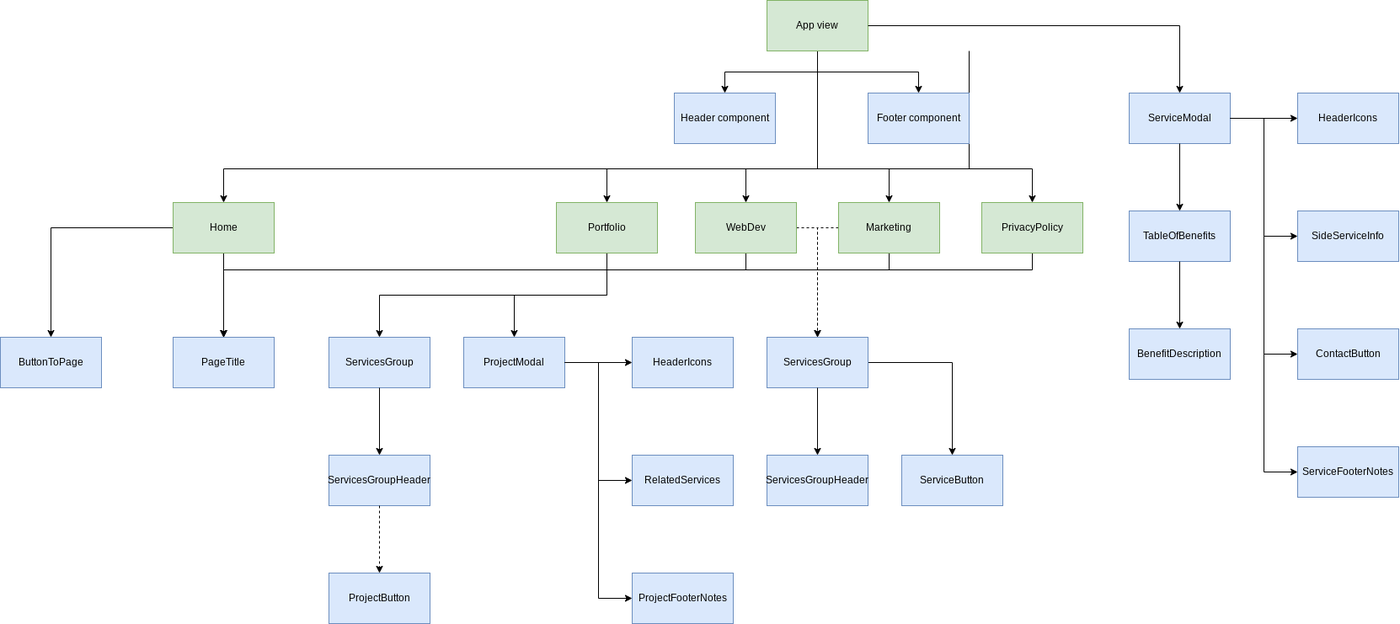
Above: public/imagens/vuejs-tree.png in andremourasantos/andremourasantos.github.io (draw.io), before the change. Source tidied: cells renumbered, new cells last; positions are measured from the earlier drawing's top-left corner, leaving out a move shared by most shapes.
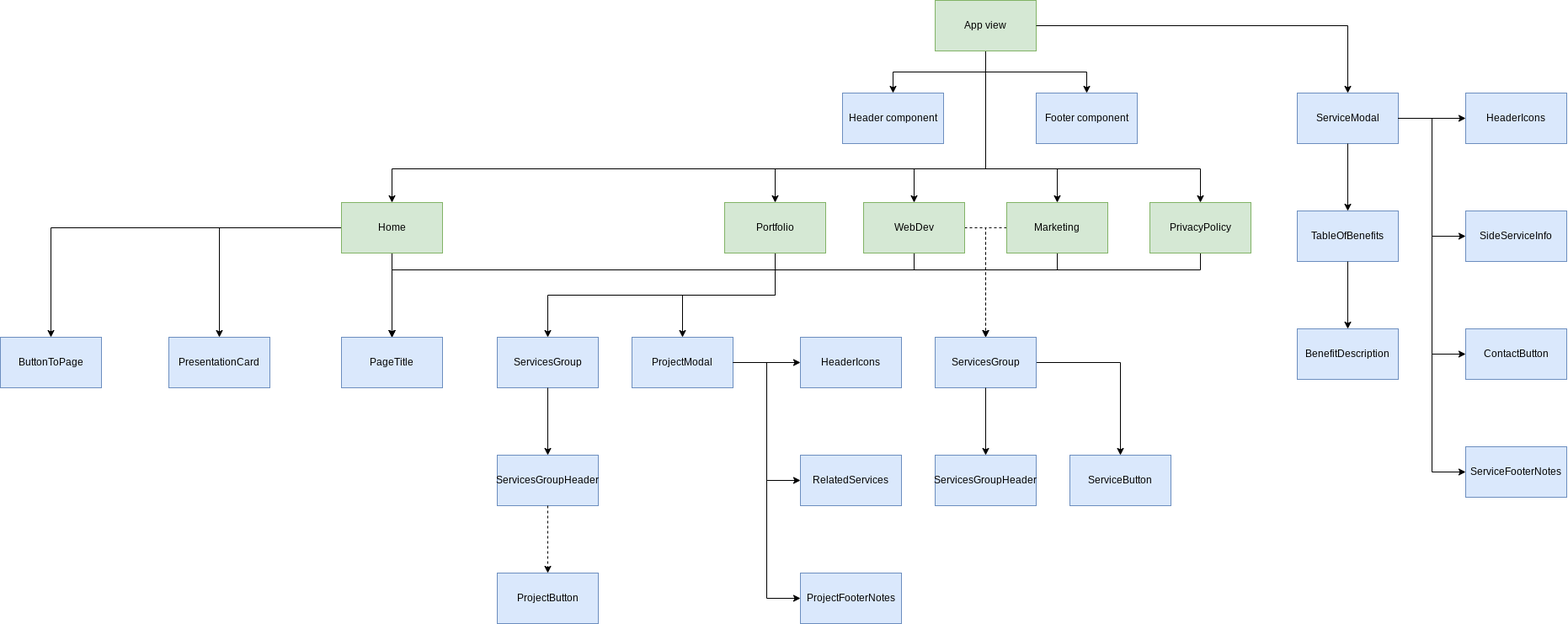
After the change.

The edit, as a diff of the source:
```diff
@@ -8,15 +8,6 @@
     <mxCell id="3" style="edgeStyle=orthogonalEdgeStyle;rounded=0;jettySize=auto;html=1;" parent="1" edge="1" source="9" target="14">
       <mxGeometry relative="1" as="geometry" />
     </mxCell>
-    <mxCell id="4" style="edgeStyle=orthogonalEdgeStyle;rounded=0;jettySize=auto;html=1;entryX=0.5;entryY=0;entryDx=0;entryDy=0;" parent="1" edge="1" target="33">
-      <mxGeometry relative="1" as="geometry">
-        <mxPoint x="1150" y="60" as="sourcePoint" />
-        <Array as="points">
-          <mxPoint x="1150" y="200" />
-          <mxPoint x="265" y="200" />
-        </Array>
-      </mxGeometry>
-    </mxCell>
     <mxCell id="5" style="edgeStyle=orthogonalEdgeStyle;rounded=0;jettySize=auto;html=1;" parent="1" edge="1" source="9" target="37">
       <mxGeometry relative="1" as="geometry">
         <Array as="points">
@@ -49,6 +40,14 @@
         </Array>
       </mxGeometry>
     </mxCell>
+    <mxCell id="62" style="edgeStyle=orthogonalEdgeStyle;rounded=0;jettySize=auto;html=1;entryX=0.5;entryY=0;entryDx=0;entryDy=0;" parent="1" edge="1" source="9" target="33">
+      <mxGeometry relative="1" as="geometry">
+        <Array as="points">
+          <mxPoint x="970" y="200" />
+          <mxPoint x="265" y="200" />
+        </Array>
+      </mxGeometry>
+    </mxCell>
     <mxCell id="9" value="App view" style="rounded=0;whiteSpace=wrap;html=1;fillColor=#d5e8d4;strokeColor=#82b366;" parent="1" vertex="1">
       <mxGeometry x="910" width="120" height="60" as="geometry" />
     </mxCell>
@@ -81,7 +80,7 @@
         </Array>
       </mxGeometry>
     </mxCell>
-    <mxCell id="17" value="ButtonToPage" style="rounded=0;whiteSpace=wrap;html=1;fillColor=#dae8fc;strokeColor=#6c8ebf;" parent="1" vertex="1">
+    <mxCell id="17" value="PresentationCard" style="rounded=0;whiteSpace=wrap;html=1;fillColor=#dae8fc;strokeColor=#6c8ebf;" parent="1" vertex="1">
       <mxGeometry y="400" width="120" height="60" as="geometry" />
     </mxCell>
     <mxCell id="18" style="group;" parent="1" vertex="1">
@@ -129,6 +128,9 @@
     <mxCell id="32" style="edgeStyle=orthogonalEdgeStyle;rounded=0;jettySize=auto;html=1;" parent="1" edge="1" source="33" target="15">
       <mxGeometry relative="1" as="geometry" />
     </mxCell>
+    <mxCell id="63" style="edgeStyle=orthogonalEdgeStyle;rounded=0;jettySize=auto;html=1;entryX=0.5;entryY=0;entryDx=0;entryDy=0;" parent="1" edge="1" source="33" target="64">
+      <mxGeometry relative="1" as="geometry" />
+    </mxCell>
     <mxCell id="33" value="Home" style="rounded=0;whiteSpace=wrap;html=1;fillColor=#d5e8d4;strokeColor=#82b366;" parent="1" vertex="1">
       <mxGeometry x="205" y="240" width="120" height="60" as="geometry" />
     </mxCell>
@@ -241,5 +243,8 @@
     <mxCell id="61" value="ServiceButton" style="rounded=0;whiteSpace=wrap;html=1;fillColor=#dae8fc;strokeColor=#6c8ebf;" parent="1" vertex="1">
       <mxGeometry x="1070" y="540" width="120" height="60" as="geometry" />
     </mxCell>
+    <mxCell id="64" value="ButtonToPage" style="rounded=0;whiteSpace=wrap;html=1;fillColor=#dae8fc;strokeColor=#6c8ebf;" parent="1" vertex="1">
+      <mxGeometry x="-200" y="400" width="120" height="60" as="geometry" />
+    </mxCell>
   </root>
 </mxGraphModel>
```
